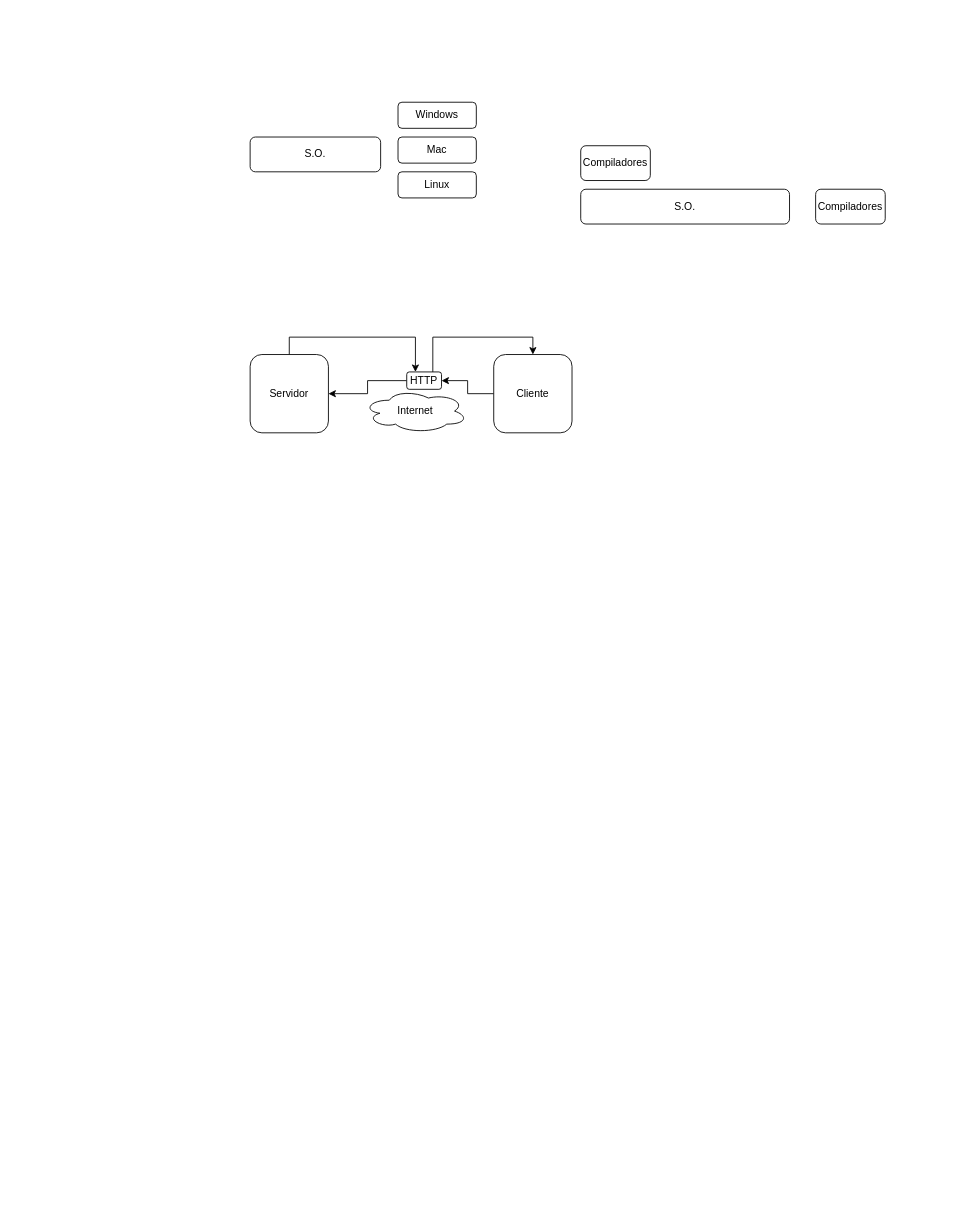
Before: jhosue.drawio in adrianeguez/jhosue-js, a draw.io diagram. Source tidied: cells renumbered, new cells numbered last; positions are measured from the earlier drawing's top-left corner, leaving out a move shared by most shapes. Both pictures are drawn from the tidied source at 87%, with x=0, y=0 at pixel (250, 102).
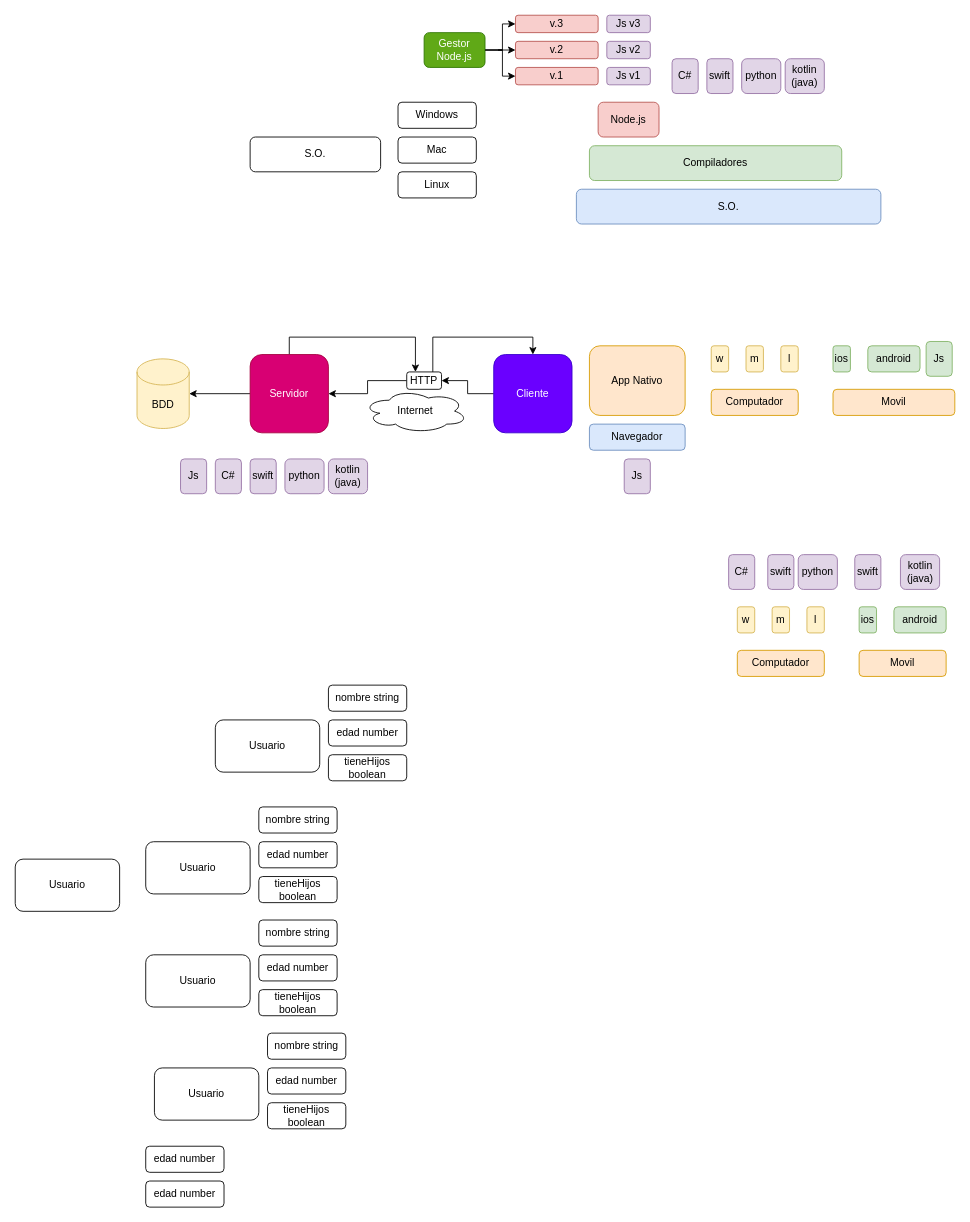
After the change.

Change to the diagram source:
```diff
@@
-    <mxCell id="6" value="S.O." style="rounded=1;whiteSpace=wrap;html=1;" parent="1" vertex="1">
-      <mxGeometry x="380" y="100" width="240" height="40" as="geometry" />
+    <mxCell id="6" value="S.O." style="rounded=1;whiteSpace=wrap;html=1;fillColor=#dae8fc;strokeColor=#6c8ebf;" parent="1" vertex="1">
+      <mxGeometry x="375" y="100" width="350" height="40" as="geometry" />
     </mxCell>
-    <mxCell id="7" value="Compiladores" style="rounded=1;whiteSpace=wrap;html=1;" parent="1" vertex="1">
-      <mxGeometry x="380" y="50" width="80" height="40" as="geometry" />
+    <mxCell id="7" value="Compiladores" style="rounded=1;whiteSpace=wrap;html=1;fillColor=#d5e8d4;strokeColor=#82b366;" parent="1" vertex="1">
+      <mxGeometry x="390" y="50" width="290" height="40" as="geometry" />
     </mxCell>
-    <mxCell id="8" value="Compiladores" style="rounded=1;whiteSpace=wrap;html=1;" parent="1" vertex="1">
-      <mxGeometry x="650" y="100" width="80" height="40" as="geometry" />
-    </mxCell>
@@
+    <mxCell id="17" style="edgeStyle=orthogonalEdgeStyle;rounded=0;jettySize=auto;html=1;" parent="1" edge="1" source="10" target="46">
+      <mxGeometry relative="1" as="geometry" />
+    </mxCell>
-    <mxCell id="10" value="Servidor" style="rounded=1;whiteSpace=wrap;html=1;" parent="1" vertex="1">
+    <mxCell id="10" value="Servidor" style="rounded=1;whiteSpace=wrap;html=1;fillColor=#d80073;fontColor=#ffffff;strokeColor=#A50040;" parent="1" vertex="1">
       <mxGeometry y="290" width="90" height="90" as="geometry" />
     </mxCell>
@@
-    <mxCell id="12" value="Cliente" style="rounded=1;whiteSpace=wrap;html=1;" parent="1" vertex="1">
+    <mxCell id="12" value="Cliente" style="rounded=1;whiteSpace=wrap;html=1;fillColor=#6a00ff;fontColor=#ffffff;strokeColor=#3700CC;" parent="1" vertex="1">
       <mxGeometry x="280" y="290" width="90" height="90" as="geometry" />
     </mxCell>
@@
+    <mxCell id="18" value="Movil" style="rounded=1;whiteSpace=wrap;html=1;fillColor=#ffe6cc;strokeColor=#d79b00;" parent="1" vertex="1">
+      <mxGeometry x="670" y="330" width="140" height="30" as="geometry" />
+    </mxCell>
+    <mxCell id="19" value="Navegador" style="rounded=1;whiteSpace=wrap;html=1;fillColor=#dae8fc;strokeColor=#6c8ebf;" parent="1" vertex="1">
+      <mxGeometry x="390" y="370" width="110" height="30" as="geometry" />
+    </mxCell>
+    <mxCell id="20" value="App Nativo" style="rounded=1;whiteSpace=wrap;html=1;fillColor=#ffe6cc;strokeColor=#d79b00;" parent="1" vertex="1">
+      <mxGeometry x="390" y="280" width="110" height="80" as="geometry" />
+    </mxCell>
+    <mxCell id="21" value="Computador" style="rounded=1;whiteSpace=wrap;html=1;fillColor=#ffe6cc;strokeColor=#d79b00;" parent="1" vertex="1">
+      <mxGeometry x="530" y="330" width="100" height="30" as="geometry" />
+    </mxCell>
+    <mxCell id="22" value="w" style="rounded=1;whiteSpace=wrap;html=1;fillColor=#fff2cc;strokeColor=#d6b656;" parent="1" vertex="1">
+      <mxGeometry x="530" y="280" width="20" height="30" as="geometry" />
+    </mxCell>
+    <mxCell id="23" value="m" style="rounded=1;whiteSpace=wrap;html=1;fillColor=#fff2cc;strokeColor=#d6b656;" parent="1" vertex="1">
+      <mxGeometry x="570" y="280" width="20" height="30" as="geometry" />
+    </mxCell>
+    <mxCell id="24" value="l" style="rounded=1;whiteSpace=wrap;html=1;fillColor=#fff2cc;strokeColor=#d6b656;" parent="1" vertex="1">
+      <mxGeometry x="610" y="280" width="20" height="30" as="geometry" />
+    </mxCell>
+    <mxCell id="25" value="ios" style="rounded=1;whiteSpace=wrap;html=1;fillColor=#d5e8d4;strokeColor=#82b366;" parent="1" vertex="1">
+      <mxGeometry x="670" y="280" width="20" height="30" as="geometry" />
+    </mxCell>
+    <mxCell id="26" value="android" style="rounded=1;whiteSpace=wrap;html=1;fillColor=#d5e8d4;strokeColor=#82b366;" parent="1" vertex="1">
+      <mxGeometry x="710" y="280" width="60" height="30" as="geometry" />
+    </mxCell>
+    <mxCell id="27" value="Movil" style="rounded=1;whiteSpace=wrap;html=1;fillColor=#ffe6cc;strokeColor=#d79b00;" parent="1" vertex="1">
+      <mxGeometry x="700" y="630" width="100" height="30" as="geometry" />
+    </mxCell>
+    <mxCell id="28" value="Computador" style="rounded=1;whiteSpace=wrap;html=1;fillColor=#ffe6cc;strokeColor=#d79b00;" parent="1" vertex="1">
+      <mxGeometry x="560" y="630" width="100" height="30" as="geometry" />
+    </mxCell>
+    <mxCell id="29" value="w" style="rounded=1;whiteSpace=wrap;html=1;fillColor=#fff2cc;strokeColor=#d6b656;" parent="1" vertex="1">
+      <mxGeometry x="560" y="580" width="20" height="30" as="geometry" />
+    </mxCell>
+    <mxCell id="30" value="m" style="rounded=1;whiteSpace=wrap;html=1;fillColor=#fff2cc;strokeColor=#d6b656;" parent="1" vertex="1">
+      <mxGeometry x="600" y="580" width="20" height="30" as="geometry" />
+    </mxCell>
+    <mxCell id="31" value="l" style="rounded=1;whiteSpace=wrap;html=1;fillColor=#fff2cc;strokeColor=#d6b656;" parent="1" vertex="1">
+      <mxGeometry x="640" y="580" width="20" height="30" as="geometry" />
+    </mxCell>
+    <mxCell id="32" value="ios" style="rounded=1;whiteSpace=wrap;html=1;fillColor=#d5e8d4;strokeColor=#82b366;" parent="1" vertex="1">
+      <mxGeometry x="700" y="580" width="20" height="30" as="geometry" />
+    </mxCell>
+    <mxCell id="33" value="android" style="rounded=1;whiteSpace=wrap;html=1;fillColor=#d5e8d4;strokeColor=#82b366;" parent="1" vertex="1">
+      <mxGeometry x="740" y="580" width="60" height="30" as="geometry" />
+    </mxCell>
+    <mxCell id="34" value="C#" style="rounded=1;whiteSpace=wrap;html=1;fillColor=#e1d5e7;strokeColor=#9673a6;" parent="1" vertex="1">
+      <mxGeometry x="550" y="520" width="30" height="40" as="geometry" />
+    </mxCell>
+    <mxCell id="35" value="swift" style="rounded=1;whiteSpace=wrap;html=1;fillColor=#e1d5e7;strokeColor=#9673a6;" parent="1" vertex="1">
+      <mxGeometry x="595" y="520" width="30" height="40" as="geometry" />
+    </mxCell>
+    <mxCell id="36" value="python" style="rounded=1;whiteSpace=wrap;html=1;fillColor=#e1d5e7;strokeColor=#9673a6;" parent="1" vertex="1">
+      <mxGeometry x="630" y="520" width="45" height="40" as="geometry" />
+    </mxCell>
+    <mxCell id="37" value="swift" style="rounded=1;whiteSpace=wrap;html=1;fillColor=#e1d5e7;strokeColor=#9673a6;" parent="1" vertex="1">
+      <mxGeometry x="695" y="520" width="30" height="40" as="geometry" />
+    </mxCell>
+    <mxCell id="38" value="kotlin&lt;br&gt;(java)" style="rounded=1;whiteSpace=wrap;html=1;fillColor=#e1d5e7;strokeColor=#9673a6;" parent="1" vertex="1">
+      <mxGeometry x="747.5" y="520" width="45" height="40" as="geometry" />
+    </mxCell>
+    <mxCell id="39" value="C#" style="rounded=1;whiteSpace=wrap;html=1;fillColor=#e1d5e7;strokeColor=#9673a6;" parent="1" vertex="1">
+      <mxGeometry x="-40" y="410" width="30" height="40" as="geometry" />
+    </mxCell>
+    <mxCell id="40" value="swift" style="rounded=1;whiteSpace=wrap;html=1;fillColor=#e1d5e7;strokeColor=#9673a6;" parent="1" vertex="1">
+      <mxGeometry y="410" width="30" height="40" as="geometry" />
+    </mxCell>
+    <mxCell id="41" value="python" style="rounded=1;whiteSpace=wrap;html=1;fillColor=#e1d5e7;strokeColor=#9673a6;" parent="1" vertex="1">
+      <mxGeometry x="40" y="410" width="45" height="40" as="geometry" />
+    </mxCell>
+    <mxCell id="42" value="kotlin&lt;br&gt;(java)" style="rounded=1;whiteSpace=wrap;html=1;fillColor=#e1d5e7;strokeColor=#9673a6;" parent="1" vertex="1">
+      <mxGeometry x="90" y="410" width="45" height="40" as="geometry" />
+    </mxCell>
+    <mxCell id="43" value="Js" style="rounded=1;whiteSpace=wrap;html=1;fillColor=#e1d5e7;strokeColor=#9673a6;" parent="1" vertex="1">
+      <mxGeometry x="430" y="410" width="30" height="40" as="geometry" />
+    </mxCell>
+    <mxCell id="44" value="Js" style="rounded=1;whiteSpace=wrap;html=1;fillColor=#e1d5e7;strokeColor=#9673a6;" parent="1" vertex="1">
+      <mxGeometry x="-80" y="410" width="30" height="40" as="geometry" />
+    </mxCell>
+    <mxCell id="45" value="Js" style="rounded=1;whiteSpace=wrap;html=1;fillColor=#d5e8d4;strokeColor=#82b366;" parent="1" vertex="1">
+      <mxGeometry x="777" y="275" width="30" height="40" as="geometry" />
+    </mxCell>
+    <mxCell id="46" value="BDD" style="shape=cylinder3;whiteSpace=wrap;html=1;boundedLbl=1;backgroundOutline=1;size=15;fillColor=#fff2cc;strokeColor=#d6b656;" parent="1" vertex="1">
+      <mxGeometry x="-130" y="295" width="60" height="80" as="geometry" />
+    </mxCell>
+    <mxCell id="47" value="C#" style="rounded=1;whiteSpace=wrap;html=1;fillColor=#e1d5e7;strokeColor=#9673a6;" parent="1" vertex="1">
+      <mxGeometry x="485" y="-50" width="30" height="40" as="geometry" />
+    </mxCell>
+    <mxCell id="48" value="swift" style="rounded=1;whiteSpace=wrap;html=1;fillColor=#e1d5e7;strokeColor=#9673a6;" parent="1" vertex="1">
+      <mxGeometry x="525" y="-50" width="30" height="40" as="geometry" />
+    </mxCell>
+    <mxCell id="49" value="python" style="rounded=1;whiteSpace=wrap;html=1;fillColor=#e1d5e7;strokeColor=#9673a6;" parent="1" vertex="1">
+      <mxGeometry x="565" y="-50" width="45" height="40" as="geometry" />
+    </mxCell>
+    <mxCell id="50" value="kotlin&lt;br&gt;(java)" style="rounded=1;whiteSpace=wrap;html=1;fillColor=#e1d5e7;strokeColor=#9673a6;" parent="1" vertex="1">
+      <mxGeometry x="615" y="-50" width="45" height="40" as="geometry" />
+    </mxCell>
+    <mxCell id="51" value="Js v2" style="rounded=1;whiteSpace=wrap;html=1;fillColor=#e1d5e7;strokeColor=#9673a6;" parent="1" vertex="1">
+      <mxGeometry x="410" y="-70" width="50" height="20" as="geometry" />
+    </mxCell>
+    <mxCell id="52" value="Node.js" style="rounded=1;whiteSpace=wrap;html=1;fillColor=#f8cecc;strokeColor=#b85450;" parent="1" vertex="1">
+      <mxGeometry x="400" width="70" height="40" as="geometry" />
+    </mxCell>
+    <mxCell id="53" value="v.1" style="rounded=1;whiteSpace=wrap;html=1;fillColor=#f8cecc;strokeColor=#b85450;" parent="1" vertex="1">
+      <mxGeometry x="305" y="-40" width="95" height="20" as="geometry" />
+    </mxCell>
+    <mxCell id="54" value="v.2" style="rounded=1;whiteSpace=wrap;html=1;fillColor=#f8cecc;strokeColor=#b85450;" parent="1" vertex="1">
+      <mxGeometry x="305" y="-70" width="95" height="20" as="geometry" />
+    </mxCell>
+    <mxCell id="55" value="v.3" style="rounded=1;whiteSpace=wrap;html=1;fillColor=#f8cecc;strokeColor=#b85450;" parent="1" vertex="1">
+      <mxGeometry x="305" y="-100" width="95" height="20" as="geometry" />
+    </mxCell>
+    <mxCell id="56" value="Js v1" style="rounded=1;whiteSpace=wrap;html=1;fillColor=#e1d5e7;strokeColor=#9673a6;" parent="1" vertex="1">
+      <mxGeometry x="410" y="-40" width="50" height="20" as="geometry" />
+    </mxCell>
+    <mxCell id="57" value="Js v3" style="rounded=1;whiteSpace=wrap;html=1;fillColor=#e1d5e7;strokeColor=#9673a6;" parent="1" vertex="1">
+      <mxGeometry x="410" y="-100" width="50" height="20" as="geometry" />
+    </mxCell>
+    <mxCell id="58" style="edgeStyle=orthogonalEdgeStyle;rounded=0;jettySize=auto;html=1;entryX=0;entryY=0.5;entryDx=0;entryDy=0;" parent="1" edge="1" source="60" target="55">
+      <mxGeometry relative="1" as="geometry" />
+    </mxCell>
+    <mxCell id="59" style="edgeStyle=orthogonalEdgeStyle;rounded=0;jettySize=auto;html=1;entryX=0;entryY=0.5;entryDx=0;entryDy=0;" parent="1" edge="1" source="60" target="54">
+      <mxGeometry relative="1" as="geometry" />
+    </mxCell>
+    <mxCell id="60" value="Gestor Node.js" style="rounded=1;whiteSpace=wrap;html=1;fillColor=#60a917;strokeColor=#2D7600;fontColor=#ffffff;" parent="1" vertex="1">
+      <mxGeometry x="200" y="-80" width="70" height="40" as="geometry" />
+    </mxCell>
+    <mxCell id="61" style="edgeStyle=orthogonalEdgeStyle;rounded=0;jettySize=auto;html=1;entryX=0;entryY=0.5;entryDx=0;entryDy=0;" parent="1" edge="1" source="60" target="53">
+      <mxGeometry relative="1" as="geometry" />
+    </mxCell>
+    <mxCell id="62" value="Usuario" style="rounded=1;whiteSpace=wrap;html=1;" parent="1" vertex="1">
+      <mxGeometry x="-40" y="710" width="120" height="60" as="geometry" />
+    </mxCell>
+    <mxCell id="63" value="edad number" style="rounded=1;whiteSpace=wrap;html=1;" parent="1" vertex="1">
+      <mxGeometry x="90" y="710" width="90" height="30" as="geometry" />
+    </mxCell>
+    <mxCell id="64" value="tieneHijos boolean" style="rounded=1;whiteSpace=wrap;html=1;" parent="1" vertex="1">
+      <mxGeometry x="90" y="750" width="90" height="30" as="geometry" />
+    </mxCell>
+    <mxCell id="65" value="nombre string" style="rounded=1;whiteSpace=wrap;html=1;" parent="1" vertex="1">
+      <mxGeometry x="90" y="670" width="90" height="30" as="geometry" />
+    </mxCell>
+    <mxCell id="66" value="Usuario" style="rounded=1;whiteSpace=wrap;html=1;" parent="1" vertex="1">
+      <mxGeometry x="-270" y="870" width="120" height="60" as="geometry" />
+    </mxCell>
+    <mxCell id="67" value="Usuario" style="rounded=1;whiteSpace=wrap;html=1;" parent="1" vertex="1">
+      <mxGeometry x="-120" y="850" width="120" height="60" as="geometry" />
+    </mxCell>
+    <mxCell id="68" value="edad number" style="rounded=1;whiteSpace=wrap;html=1;" parent="1" vertex="1">
+      <mxGeometry x="10" y="850" width="90" height="30" as="geometry" />
+    </mxCell>
+    <mxCell id="69" value="tieneHijos boolean" style="rounded=1;whiteSpace=wrap;html=1;" parent="1" vertex="1">
+      <mxGeometry x="10" y="890" width="90" height="30" as="geometry" />
+    </mxCell>
+    <mxCell id="70" value="nombre string" style="rounded=1;whiteSpace=wrap;html=1;" parent="1" vertex="1">
+      <mxGeometry x="10" y="810" width="90" height="30" as="geometry" />
+    </mxCell>
+    <mxCell id="71" value="Usuario" style="rounded=1;whiteSpace=wrap;html=1;" parent="1" vertex="1">
+      <mxGeometry x="-120" y="980" width="120" height="60" as="geometry" />
+    </mxCell>
+    <mxCell id="72" value="edad number" style="rounded=1;whiteSpace=wrap;html=1;" parent="1" vertex="1">
+      <mxGeometry x="10" y="980" width="90" height="30" as="geometry" />
+    </mxCell>
+    <mxCell id="73" value="tieneHijos boolean" style="rounded=1;whiteSpace=wrap;html=1;" parent="1" vertex="1">
+      <mxGeometry x="10" y="1020" width="90" height="30" as="geometry" />
+    </mxCell>
+    <mxCell id="74" value="nombre string" style="rounded=1;whiteSpace=wrap;html=1;" parent="1" vertex="1">
+      <mxGeometry x="10" y="940" width="90" height="30" as="geometry" />
+    </mxCell>
+    <mxCell id="75" value="Usuario" style="rounded=1;whiteSpace=wrap;html=1;" parent="1" vertex="1">
+      <mxGeometry x="-110" y="1110" width="120" height="60" as="geometry" />
+    </mxCell>
+    <mxCell id="76" value="edad number" style="rounded=1;whiteSpace=wrap;html=1;" parent="1" vertex="1">
+      <mxGeometry x="20" y="1110" width="90" height="30" as="geometry" />
+    </mxCell>
+    <mxCell id="77" value="tieneHijos boolean" style="rounded=1;whiteSpace=wrap;html=1;" parent="1" vertex="1">
+      <mxGeometry x="20" y="1150" width="90" height="30" as="geometry" />
+    </mxCell>
+    <mxCell id="78" value="nombre string" style="rounded=1;whiteSpace=wrap;html=1;" parent="1" vertex="1">
+      <mxGeometry x="20" y="1070" width="90" height="30" as="geometry" />
+    </mxCell>
+    <mxCell id="79" value="edad number" style="rounded=1;whiteSpace=wrap;html=1;" parent="1" vertex="1">
+      <mxGeometry x="-120" y="1200" width="90" height="30" as="geometry" />
+    </mxCell>
+    <mxCell id="80" value="edad number" style="rounded=1;whiteSpace=wrap;html=1;" parent="1" vertex="1">
+      <mxGeometry x="-120" y="1240" width="90" height="30" as="geometry" />
+    </mxCell>
```
